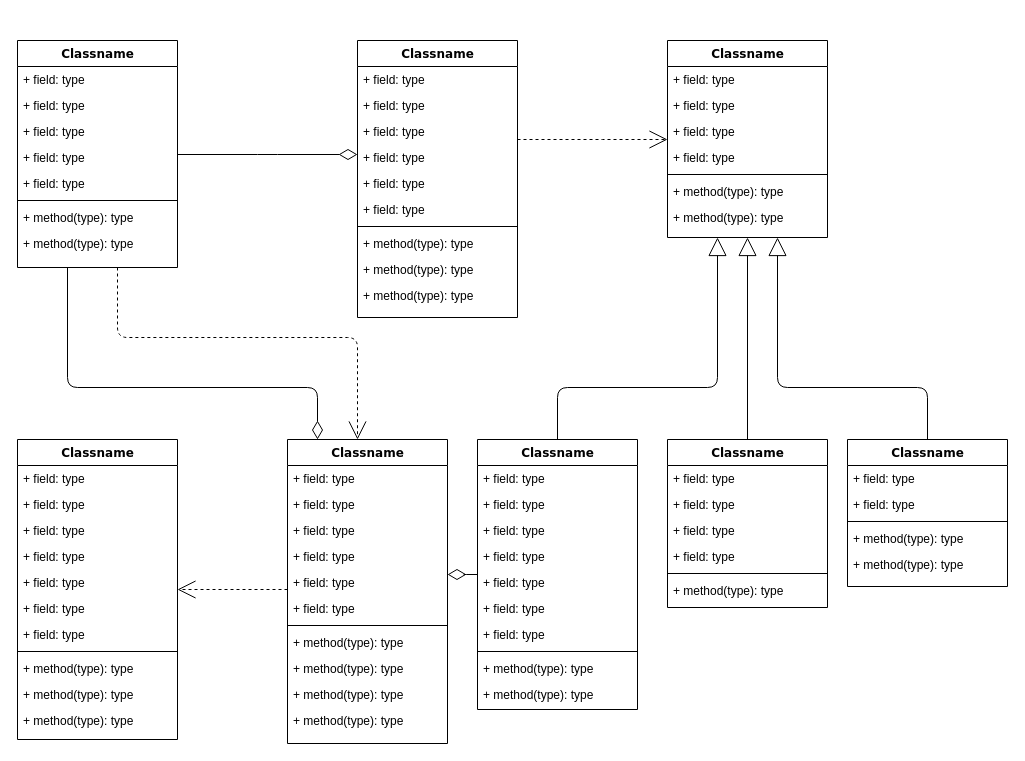
Before: LearningEnglish/Untitled Diagram.drawio in Thousandsprings/Sougou-test, a draw.io diagram. Source tidied: cells renumbered, new cells numbered last; positions are measured from the earlier drawing's top-left corner, leaving out a move shared by most shapes. Both pictures are drawn from the tidied source at 100%, with x=0, y=0 at pixel (17, 40).
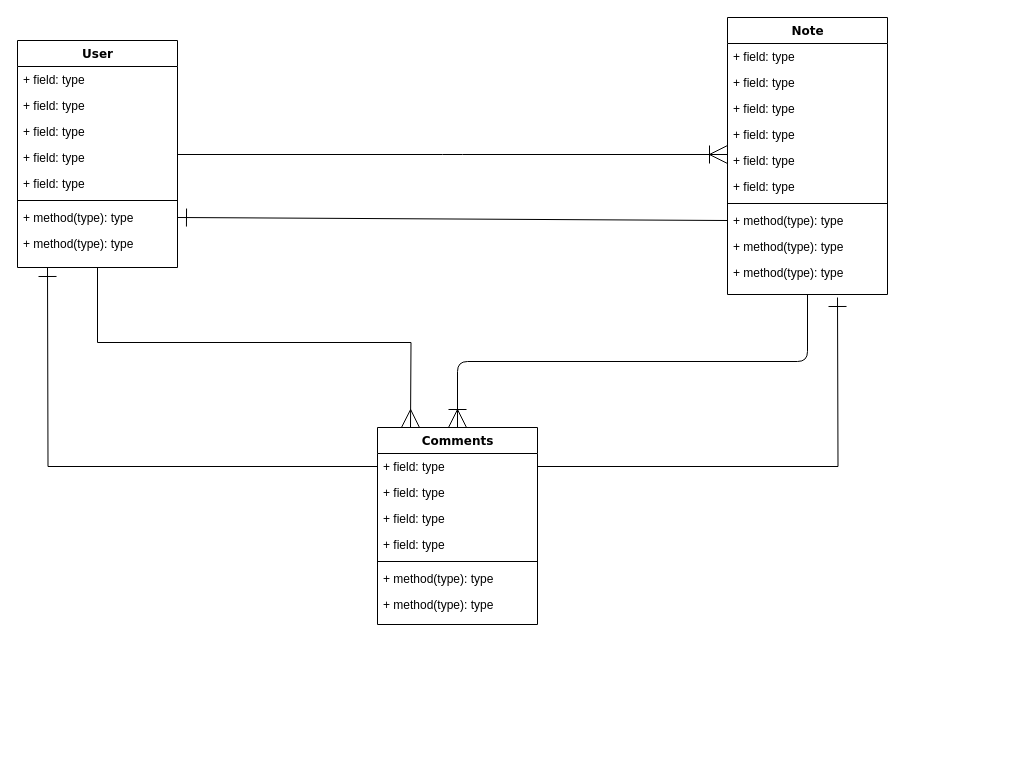
The same page after the edit.

The change refers to these unchanged cells:
```xml
<mxCell id="11" value="+ method(type): type" style="text;html=1;strokeColor=none;fillColor=none;align=left;verticalAlign=top;spacingLeft=4;spacingRight=4;whiteSpace=wrap;overflow=hidden;points=[[0,0.5],[1,0.5]];portConstraint=eastwest;" parent="4" vertex="1">
  <mxGeometry y="164" width="160" height="26" as="geometry" />
</mxCell>
<mxCell id="22" value="+ method(type): type" style="text;html=1;strokeColor=none;fillColor=none;align=left;verticalAlign=top;spacingLeft=4;spacingRight=4;whiteSpace=wrap;overflow=hidden;points=[[0,0.5],[1,0.5]];portConstraint=eastwest;" parent="14" vertex="1">
  <mxGeometry y="190" width="160" height="26" as="geometry" />
</mxCell>
<mxCell id="26" value="+ field: type" style="text;html=1;strokeColor=none;fillColor=none;align=left;verticalAlign=top;spacingLeft=4;spacingRight=4;whiteSpace=wrap;overflow=hidden;points=[[0,0.5],[1,0.5]];portConstraint=eastwest;" parent="25" vertex="1">
  <mxGeometry y="26" width="160" height="26" as="geometry" />
</mxCell>
```

What changed in the source:
```diff
@@
-    <mxCell id="2" style="edgeStyle=orthogonalEdgeStyle;html=1;labelBackgroundColor=none;startFill=0;startSize=8;endArrow=open;endFill=0;endSize=16;fontFamily=Verdana;fontSize=12;dashed=1;" parent="1" edge="1" source="4" target="47">
-      <mxGeometry relative="1" as="geometry">
-        <Array as="points">
-          <mxPoint x="100" y="297" />
-          <mxPoint x="340" y="297" />
-        </Array>
-      </mxGeometry>
-    </mxCell>
-    <mxCell id="3" style="edgeStyle=orthogonalEdgeStyle;html=1;labelBackgroundColor=none;startFill=0;startSize=8;endArrow=diamondThin;endFill=0;endSize=16;fontFamily=Verdana;fontSize=12;" parent="1" edge="1" source="4" target="47">
-      <mxGeometry relative="1" as="geometry">
-        <Array as="points">
-          <mxPoint x="50" y="347" />
-          <mxPoint x="300" y="347" />
-        </Array>
-      </mxGeometry>
-    </mxCell>
+    <mxCell id="87" style="edgeStyle=orthogonalEdgeStyle;rounded=0;jettySize=auto;html=1;exitX=0.5;exitY=1;exitDx=0;exitDy=0;endArrow=ERmany;endFill=0;endSize=16;" parent="1" edge="1" source="4">
+      <mxGeometry relative="1" as="geometry">
+        <mxPoint x="393" y="387" as="targetPoint" />
+      </mxGeometry>
+    </mxCell>
-    <mxCell id="4" value="Classname" style="swimlane;html=1;fontStyle=1;align=center;verticalAlign=top;horizontal=1;startSize=26;swimlaneFillColor=#ffffff;rounded=0;shadow=0;comic=0;labelBackgroundColor=none;strokeWidth=1;fillColor=none;fontFamily=Verdana;fontSize=12;" parent="1" vertex="1">
+    <mxCell id="4" value="User" style="swimlane;html=1;fontStyle=1;align=center;verticalAlign=top;horizontal=1;startSize=26;swimlaneFillColor=#ffffff;rounded=0;shadow=0;comic=0;labelBackgroundColor=none;strokeWidth=1;fillColor=none;fontFamily=Verdana;fontSize=12;" parent="1" vertex="1">
       <mxGeometry width="160" height="227" as="geometry" />
     </mxCell>
@@
-    <mxCell id="13" style="edgeStyle=elbowEdgeStyle;html=1;labelBackgroundColor=none;startFill=0;startSize=8;endArrow=open;endFill=0;endSize=16;fontFamily=Verdana;fontSize=12;elbow=vertical;dashed=1;" parent="1" edge="1" source="14" target="25">
+    <mxCell id="13" style="edgeStyle=elbowEdgeStyle;html=1;labelBackgroundColor=none;startFill=0;startSize=8;endArrow=ERoneToMany;endFill=0;endSize=16;fontFamily=Verdana;fontSize=12;elbow=vertical;" parent="1" edge="1" source="14" target="25">
       <mxGeometry relative="1" as="geometry" />
     </mxCell>
-    <mxCell id="14" value="Classname" style="swimlane;html=1;fontStyle=1;align=center;verticalAlign=top;horizontal=1;startSize=26;swimlaneFillColor=#ffffff;rounded=0;shadow=0;comic=0;labelBackgroundColor=none;strokeWidth=1;fillColor=none;fontFamily=Verdana;fontSize=12;" parent="1" vertex="1">
-      <mxGeometry x="340" width="160" height="277" as="geometry" />
+    <mxCell id="14" value="Note" style="swimlane;html=1;fontStyle=1;align=center;verticalAlign=top;horizontal=1;startSize=26;swimlaneFillColor=#ffffff;rounded=0;shadow=0;comic=0;labelBackgroundColor=none;strokeWidth=1;fillColor=none;fontFamily=Verdana;fontSize=12;" parent="1" vertex="1">
+      <mxGeometry x="710" y="-23" width="160" height="277" as="geometry" />
     </mxCell>
@@
-    <mxCell id="25" value="Classname" style="swimlane;html=1;fontStyle=1;align=center;verticalAlign=top;horizontal=1;startSize=26;swimlaneFillColor=#ffffff;rounded=0;shadow=0;comic=0;labelBackgroundColor=none;strokeWidth=1;fillColor=none;fontFamily=Verdana;fontSize=12;" parent="1" vertex="1">
-      <mxGeometry x="650" width="160" height="197" as="geometry" />
+    <mxCell id="25" value="Comments" style="swimlane;html=1;fontStyle=1;align=center;verticalAlign=top;horizontal=1;startSize=26;swimlaneFillColor=#ffffff;rounded=0;shadow=0;comic=0;labelBackgroundColor=none;strokeWidth=1;fillColor=none;fontFamily=Verdana;fontSize=12;" parent="1" vertex="1">
+      <mxGeometry x="360" y="387" width="160" height="197" as="geometry" />
     </mxCell>
@@
-    <mxCell id="33" style="edgeStyle=elbowEdgeStyle;html=1;labelBackgroundColor=none;startFill=0;startSize=8;endArrow=open;endFill=0;endSize=16;fontFamily=Verdana;fontSize=12;elbow=vertical;dashed=1;" parent="1" edge="1" source="47" target="34">
-      <mxGeometry relative="1" as="geometry" />
-    </mxCell>
-    <mxCell id="34" value="Classname" style="swimlane;html=1;fontStyle=1;align=center;verticalAlign=top;horizontal=1;startSize=26;swimlaneFillColor=#ffffff;rounded=0;shadow=0;comic=0;labelBackgroundColor=none;strokeWidth=1;fillColor=none;fontFamily=Verdana;fontSize=12;" parent="1" vertex="1">
-      <mxGeometry y="399" width="160" height="300" as="geometry" />
-    </mxCell>
-    <mxCell id="35" value="+ field: type" style="text;html=1;strokeColor=none;fillColor=none;align=left;verticalAlign=top;spacingLeft=4;spacingRight=4;whiteSpace=wrap;overflow=hidden;" parent="34" vertex="1">
-      <mxGeometry y="26" width="160" height="26" as="geometry" />
-    </mxCell>
-    <mxCell id="36" value="+ field: type" style="text;html=1;strokeColor=none;fillColor=none;align=left;verticalAlign=top;spacingLeft=4;spacingRight=4;whiteSpace=wrap;overflow=hidden;" parent="34" vertex="1">
-      <mxGeometry y="52" width="160" height="26" as="geometry" />
-    </mxCell>
-    <mxCell id="37" value="+ field: type" style="text;html=1;strokeColor=none;fillColor=none;align=left;verticalAlign=top;spacingLeft=4;spacingRight=4;whiteSpace=wrap;overflow=hidden;" parent="34" vertex="1">
-      <mxGeometry y="78" width="160" height="26" as="geometry" />
-    </mxCell>
-    <mxCell id="38" value="+ field: type" style="text;html=1;strokeColor=none;fillColor=none;align=left;verticalAlign=top;spacingLeft=4;spacingRight=4;whiteSpace=wrap;overflow=hidden;" parent="34" vertex="1">
-      <mxGeometry y="104" width="160" height="26" as="geometry" />
-    </mxCell>
-    <mxCell id="39" value="+ field: type" style="text;html=1;strokeColor=none;fillColor=none;align=left;verticalAlign=top;spacingLeft=4;spacingRight=4;whiteSpace=wrap;overflow=hidden;" parent="34" vertex="1">
-      <mxGeometry y="130" width="160" height="26" as="geometry" />
-    </mxCell>
-    <mxCell id="40" value="+ field: type" style="text;html=1;strokeColor=none;fillColor=none;align=left;verticalAlign=top;spacingLeft=4;spacingRight=4;whiteSpace=wrap;overflow=hidden;" parent="34" vertex="1">
-      <mxGeometry y="156" width="160" height="26" as="geometry" />
-    </mxCell>
-    <mxCell id="41" value="+ field: type" style="text;html=1;strokeColor=none;fillColor=none;align=left;verticalAlign=top;spacingLeft=4;spacingRight=4;whiteSpace=wrap;overflow=hidden;" parent="34" vertex="1">
-      <mxGeometry y="182" width="160" height="26" as="geometry" />
-    </mxCell>
-    <mxCell id="42" style="line;html=1;strokeWidth=1;fillColor=none;align=left;verticalAlign=middle;spacingTop=-1;spacingLeft=3;spacingRight=3;labelPosition=right;" parent="34" vertex="1">
-      <mxGeometry y="208" width="160" height="8" as="geometry" />
-    </mxCell>
-    <mxCell id="43" value="+ method(type): type" style="text;html=1;strokeColor=none;fillColor=none;align=left;verticalAlign=top;spacingLeft=4;spacingRight=4;whiteSpace=wrap;overflow=hidden;" parent="34" vertex="1">
-      <mxGeometry y="216" width="160" height="26" as="geometry" />
-    </mxCell>
-    <mxCell id="44" value="+ method(type): type" style="text;html=1;strokeColor=none;fillColor=none;align=left;verticalAlign=top;spacingLeft=4;spacingRight=4;whiteSpace=wrap;overflow=hidden;" parent="34" vertex="1">
-      <mxGeometry y="242" width="160" height="26" as="geometry" />
-    </mxCell>
-    <mxCell id="45" value="+ method(type): type" style="text;html=1;strokeColor=none;fillColor=none;align=left;verticalAlign=top;spacingLeft=4;spacingRight=4;whiteSpace=wrap;overflow=hidden;" parent="34" vertex="1">
-      <mxGeometry y="268" width="160" height="26" as="geometry" />
-    </mxCell>
-    <mxCell id="46" style="edgeStyle=elbowEdgeStyle;html=1;labelBackgroundColor=none;startFill=0;startSize=8;endArrow=diamondThin;endFill=0;endSize=16;fontFamily=Verdana;fontSize=12;elbow=vertical;" parent="1" edge="1" source="60" target="47">
-      <mxGeometry relative="1" as="geometry" />
-    </mxCell>
-    <mxCell id="47" value="Classname" style="swimlane;html=1;fontStyle=1;align=center;verticalAlign=top;horizontal=1;startSize=26;swimlaneFillColor=#ffffff;rounded=0;shadow=0;comic=0;labelBackgroundColor=none;strokeWidth=1;fillColor=none;fontFamily=Verdana;fontSize=12;" parent="1" vertex="1">
-      <mxGeometry x="270" y="399" width="160" height="304" as="geometry" />
-    </mxCell>
-    <mxCell id="48" value="+ field: type" style="text;html=1;strokeColor=none;fillColor=none;align=left;verticalAlign=top;spacingLeft=4;spacingRight=4;whiteSpace=wrap;overflow=hidden;" parent="47" vertex="1">
-      <mxGeometry y="26" width="160" height="26" as="geometry" />
-    </mxCell>
-    <mxCell id="49" value="+ field: type" style="text;html=1;strokeColor=none;fillColor=none;align=left;verticalAlign=top;spacingLeft=4;spacingRight=4;whiteSpace=wrap;overflow=hidden;" parent="47" vertex="1">
-      <mxGeometry y="52" width="160" height="26" as="geometry" />
-    </mxCell>
-    <mxCell id="50" value="+ field: type" style="text;html=1;strokeColor=none;fillColor=none;align=left;verticalAlign=top;spacingLeft=4;spacingRight=4;whiteSpace=wrap;overflow=hidden;" parent="47" vertex="1">
-      <mxGeometry y="78" width="160" height="26" as="geometry" />
-    </mxCell>
-    <mxCell id="51" value="+ field: type" style="text;html=1;strokeColor=none;fillColor=none;align=left;verticalAlign=top;spacingLeft=4;spacingRight=4;whiteSpace=wrap;overflow=hidden;" parent="47" vertex="1">
-      <mxGeometry y="104" width="160" height="26" as="geometry" />
-    </mxCell>
-    <mxCell id="52" value="+ field: type" style="text;html=1;strokeColor=none;fillColor=none;align=left;verticalAlign=top;spacingLeft=4;spacingRight=4;whiteSpace=wrap;overflow=hidden;" parent="47" vertex="1">
-      <mxGeometry y="130" width="160" height="26" as="geometry" />
-    </mxCell>
-    <mxCell id="53" value="+ field: type" style="text;html=1;strokeColor=none;fillColor=none;align=left;verticalAlign=top;spacingLeft=4;spacingRight=4;whiteSpace=wrap;overflow=hidden;" parent="47" vertex="1">
-      <mxGeometry y="156" width="160" height="26" as="geometry" />
-    </mxCell>
-    <mxCell id="54" style="line;html=1;strokeWidth=1;fillColor=none;align=left;verticalAlign=middle;spacingTop=-1;spacingLeft=3;spacingRight=3;labelPosition=right;" parent="47" vertex="1">
-      <mxGeometry y="182" width="160" height="8" as="geometry" />
-    </mxCell>
-    <mxCell id="55" value="+ method(type): type" style="text;html=1;strokeColor=none;fillColor=none;align=left;verticalAlign=top;spacingLeft=4;spacingRight=4;whiteSpace=wrap;overflow=hidden;" parent="47" vertex="1">
-      <mxGeometry y="190" width="160" height="26" as="geometry" />
-    </mxCell>
-    <mxCell id="56" value="+ method(type): type" style="text;html=1;strokeColor=none;fillColor=none;align=left;verticalAlign=top;spacingLeft=4;spacingRight=4;whiteSpace=wrap;overflow=hidden;" parent="47" vertex="1">
-      <mxGeometry y="216" width="160" height="26" as="geometry" />
-    </mxCell>
-    <mxCell id="57" value="+ method(type): type" style="text;html=1;strokeColor=none;fillColor=none;align=left;verticalAlign=top;spacingLeft=4;spacingRight=4;whiteSpace=wrap;overflow=hidden;" parent="47" vertex="1">
-      <mxGeometry y="242" width="160" height="26" as="geometry" />
-    </mxCell>
-    <mxCell id="58" value="+ method(type): type" style="text;html=1;strokeColor=none;fillColor=none;align=left;verticalAlign=top;spacingLeft=4;spacingRight=4;whiteSpace=wrap;overflow=hidden;" parent="47" vertex="1">
-      <mxGeometry y="268" width="160" height="26" as="geometry" />
-    </mxCell>
-    <mxCell id="59" style="edgeStyle=orthogonalEdgeStyle;html=1;labelBackgroundColor=none;startFill=0;startSize=8;endArrow=block;endFill=0;endSize=16;fontFamily=Verdana;fontSize=12;" parent="1" edge="1" source="60" target="25">
-      <mxGeometry relative="1" as="geometry">
-        <Array as="points">
-          <mxPoint x="540" y="347" />
-          <mxPoint x="700" y="347" />
-        </Array>
-      </mxGeometry>
-    </mxCell>
-    <mxCell id="60" value="Classname" style="swimlane;html=1;fontStyle=1;align=center;verticalAlign=top;horizontal=1;startSize=26;swimlaneFillColor=#ffffff;rounded=0;shadow=0;comic=0;labelBackgroundColor=none;strokeWidth=1;fillColor=none;fontFamily=Verdana;fontSize=12;" parent="1" vertex="1">
-      <mxGeometry x="460" y="399" width="160" height="270" as="geometry" />
-    </mxCell>
-    <mxCell id="61" value="+ field: type" style="text;html=1;strokeColor=none;fillColor=none;align=left;verticalAlign=top;spacingLeft=4;spacingRight=4;whiteSpace=wrap;overflow=hidden;" parent="60" vertex="1">
-      <mxGeometry y="26" width="160" height="26" as="geometry" />
-    </mxCell>
-    <mxCell id="62" value="+ field: type" style="text;html=1;strokeColor=none;fillColor=none;align=left;verticalAlign=top;spacingLeft=4;spacingRight=4;whiteSpace=wrap;overflow=hidden;" parent="60" vertex="1">
-      <mxGeometry y="52" width="160" height="26" as="geometry" />
-    </mxCell>
-    <mxCell id="63" value="+ field: type" style="text;html=1;strokeColor=none;fillColor=none;align=left;verticalAlign=top;spacingLeft=4;spacingRight=4;whiteSpace=wrap;overflow=hidden;" parent="60" vertex="1">
-      <mxGeometry y="78" width="160" height="26" as="geometry" />
-    </mxCell>
-    <mxCell id="64" value="+ field: type" style="text;html=1;strokeColor=none;fillColor=none;align=left;verticalAlign=top;spacingLeft=4;spacingRight=4;whiteSpace=wrap;overflow=hidden;" parent="60" vertex="1">
-      <mxGeometry y="104" width="160" height="26" as="geometry" />
-    </mxCell>
-    <mxCell id="65" value="+ field: type" style="text;html=1;strokeColor=none;fillColor=none;align=left;verticalAlign=top;spacingLeft=4;spacingRight=4;whiteSpace=wrap;overflow=hidden;" parent="60" vertex="1">
-      <mxGeometry y="130" width="160" height="26" as="geometry" />
-    </mxCell>
-    <mxCell id="66" value="+ field: type" style="text;html=1;strokeColor=none;fillColor=none;align=left;verticalAlign=top;spacingLeft=4;spacingRight=4;whiteSpace=wrap;overflow=hidden;" parent="60" vertex="1">
-      <mxGeometry y="156" width="160" height="26" as="geometry" />
-    </mxCell>
-    <mxCell id="67" value="+ field: type" style="text;html=1;strokeColor=none;fillColor=none;align=left;verticalAlign=top;spacingLeft=4;spacingRight=4;whiteSpace=wrap;overflow=hidden;" parent="60" vertex="1">
-      <mxGeometry y="182" width="160" height="26" as="geometry" />
-    </mxCell>
-    <mxCell id="68" style="line;html=1;strokeWidth=1;fillColor=none;align=left;verticalAlign=middle;spacingTop=-1;spacingLeft=3;spacingRight=3;labelPosition=right;" parent="60" vertex="1">
-      <mxGeometry y="208" width="160" height="8" as="geometry" />
-    </mxCell>
-    <mxCell id="69" value="+ method(type): type" style="text;html=1;strokeColor=none;fillColor=none;align=left;verticalAlign=top;spacingLeft=4;spacingRight=4;whiteSpace=wrap;overflow=hidden;" parent="60" vertex="1">
-      <mxGeometry y="216" width="160" height="26" as="geometry" />
-    </mxCell>
-    <mxCell id="70" value="+ method(type): type" style="text;html=1;strokeColor=none;fillColor=none;align=left;verticalAlign=top;spacingLeft=4;spacingRight=4;whiteSpace=wrap;overflow=hidden;" parent="60" vertex="1">
-      <mxGeometry y="242" width="160" height="26" as="geometry" />
-    </mxCell>
-    <mxCell id="71" style="edgeStyle=orthogonalEdgeStyle;html=1;labelBackgroundColor=none;startFill=0;startSize=8;endArrow=block;endFill=0;endSize=16;fontFamily=Verdana;fontSize=12;" parent="1" edge="1" source="72" target="25">
-      <mxGeometry relative="1" as="geometry" />
-    </mxCell>
-    <mxCell id="72" value="Classname" style="swimlane;html=1;fontStyle=1;align=center;verticalAlign=top;horizontal=1;startSize=26;swimlaneFillColor=#ffffff;rounded=0;shadow=0;comic=0;labelBackgroundColor=none;strokeWidth=1;fillColor=none;fontFamily=Verdana;fontSize=12;" parent="1" vertex="1">
-      <mxGeometry x="650" y="399" width="160" height="168" as="geometry" />
-    </mxCell>
-    <mxCell id="73" value="+ field: type" style="text;html=1;strokeColor=none;fillColor=none;align=left;verticalAlign=top;spacingLeft=4;spacingRight=4;whiteSpace=wrap;overflow=hidden;" parent="72" vertex="1">
-      <mxGeometry y="26" width="160" height="26" as="geometry" />
-    </mxCell>
-    <mxCell id="74" value="+ field: type" style="text;html=1;strokeColor=none;fillColor=none;align=left;verticalAlign=top;spacingLeft=4;spacingRight=4;whiteSpace=wrap;overflow=hidden;" parent="72" vertex="1">
-      <mxGeometry y="52" width="160" height="26" as="geometry" />
-    </mxCell>
-    <mxCell id="75" value="+ field: type" style="text;html=1;strokeColor=none;fillColor=none;align=left;verticalAlign=top;spacingLeft=4;spacingRight=4;whiteSpace=wrap;overflow=hidden;" parent="72" vertex="1">
-      <mxGeometry y="78" width="160" height="26" as="geometry" />
-    </mxCell>
-    <mxCell id="76" value="+ field: type" style="text;html=1;strokeColor=none;fillColor=none;align=left;verticalAlign=top;spacingLeft=4;spacingRight=4;whiteSpace=wrap;overflow=hidden;" parent="72" vertex="1">
-      <mxGeometry y="104" width="160" height="26" as="geometry" />
-    </mxCell>
-    <mxCell id="77" style="line;html=1;strokeWidth=1;fillColor=none;align=left;verticalAlign=middle;spacingTop=-1;spacingLeft=3;spacingRight=3;labelPosition=right;" parent="72" vertex="1">
-      <mxGeometry y="130" width="160" height="8" as="geometry" />
-    </mxCell>
-    <mxCell id="78" value="+ method(type): type" style="text;html=1;strokeColor=none;fillColor=none;align=left;verticalAlign=top;spacingLeft=4;spacingRight=4;whiteSpace=wrap;overflow=hidden;" parent="72" vertex="1">
-      <mxGeometry y="138" width="160" height="26" as="geometry" />
-    </mxCell>
-    <mxCell id="79" style="edgeStyle=orthogonalEdgeStyle;html=1;labelBackgroundColor=none;startFill=0;startSize=8;endArrow=block;endFill=0;endSize=16;fontFamily=Verdana;fontSize=12;" parent="1" edge="1" source="80" target="25">
-      <mxGeometry relative="1" as="geometry">
-        <Array as="points">
-          <mxPoint x="910" y="347" />
-          <mxPoint x="760" y="347" />
-        </Array>
-      </mxGeometry>
-    </mxCell>
-    <mxCell id="80" value="Classname" style="swimlane;html=1;fontStyle=1;align=center;verticalAlign=top;horizontal=1;startSize=26;swimlaneFillColor=#ffffff;rounded=0;shadow=0;comic=0;labelBackgroundColor=none;strokeWidth=1;fillColor=none;fontFamily=Verdana;fontSize=12;" parent="1" vertex="1">
-      <mxGeometry x="830" y="399" width="160" height="147" as="geometry" />
-    </mxCell>
-    <mxCell id="81" value="+ field: type" style="text;html=1;strokeColor=none;fillColor=none;align=left;verticalAlign=top;spacingLeft=4;spacingRight=4;whiteSpace=wrap;overflow=hidden;" parent="80" vertex="1">
-      <mxGeometry y="26" width="160" height="26" as="geometry" />
-    </mxCell>
-    <mxCell id="82" value="+ field: type" style="text;html=1;strokeColor=none;fillColor=none;align=left;verticalAlign=top;spacingLeft=4;spacingRight=4;whiteSpace=wrap;overflow=hidden;" parent="80" vertex="1">
-      <mxGeometry y="52" width="160" height="26" as="geometry" />
-    </mxCell>
-    <mxCell id="83" style="line;html=1;strokeWidth=1;fillColor=none;align=left;verticalAlign=middle;spacingTop=-1;spacingLeft=3;spacingRight=3;labelPosition=right;" parent="80" vertex="1">
-      <mxGeometry y="78" width="160" height="8" as="geometry" />
-    </mxCell>
-    <mxCell id="84" value="+ method(type): type" style="text;html=1;strokeColor=none;fillColor=none;align=left;verticalAlign=top;spacingLeft=4;spacingRight=4;whiteSpace=wrap;overflow=hidden;" parent="80" vertex="1">
-      <mxGeometry y="86" width="160" height="26" as="geometry" />
-    </mxCell>
-    <mxCell id="85" value="+ method(type): type" style="text;html=1;strokeColor=none;fillColor=none;align=left;verticalAlign=top;spacingLeft=4;spacingRight=4;whiteSpace=wrap;overflow=hidden;" parent="80" vertex="1">
-      <mxGeometry y="112" width="160" height="26" as="geometry" />
-    </mxCell>
-    <mxCell id="86" style="edgeStyle=elbowEdgeStyle;html=1;labelBackgroundColor=none;startFill=0;startSize=8;endArrow=diamondThin;endFill=0;endSize=16;fontFamily=Verdana;fontSize=12;elbow=vertical;" parent="1" edge="1" source="4" target="14">
+    <mxCell id="86" style="edgeStyle=elbowEdgeStyle;html=1;labelBackgroundColor=none;startFill=0;startSize=8;endArrow=ERoneToMany;endFill=0;endSize=16;fontFamily=Verdana;fontSize=12;elbow=vertical;" parent="1" edge="1" source="4" target="14">
       <mxGeometry relative="1" as="geometry" />
     </mxCell>
+    <mxCell id="88" style="rounded=0;jettySize=auto;html=1;exitX=0;exitY=0.5;exitDx=0;exitDy=0;entryX=1;entryY=0.5;entryDx=0;entryDy=0;endArrow=ERone;endFill=0;endSize=16;" parent="1" edge="1" source="22" target="11">
+      <mxGeometry relative="1" as="geometry" />
+    </mxCell>
+    <mxCell id="89" style="edgeStyle=orthogonalEdgeStyle;rounded=0;jettySize=auto;html=1;exitX=0;exitY=0.5;exitDx=0;exitDy=0;endArrow=ERone;endFill=0;endSize=16;" parent="1" edge="1" source="26">
+      <mxGeometry relative="1" as="geometry">
+        <mxPoint x="30" y="227" as="targetPoint" />
+      </mxGeometry>
+    </mxCell>
+    <mxCell id="90" style="edgeStyle=orthogonalEdgeStyle;rounded=0;jettySize=auto;html=1;exitX=1;exitY=0.5;exitDx=0;exitDy=0;endArrow=ERone;endFill=0;endSize=16;" parent="1" edge="1" source="26">
+      <mxGeometry relative="1" as="geometry">
+        <mxPoint x="820" y="257" as="targetPoint" />
+      </mxGeometry>
+    </mxCell>
```
